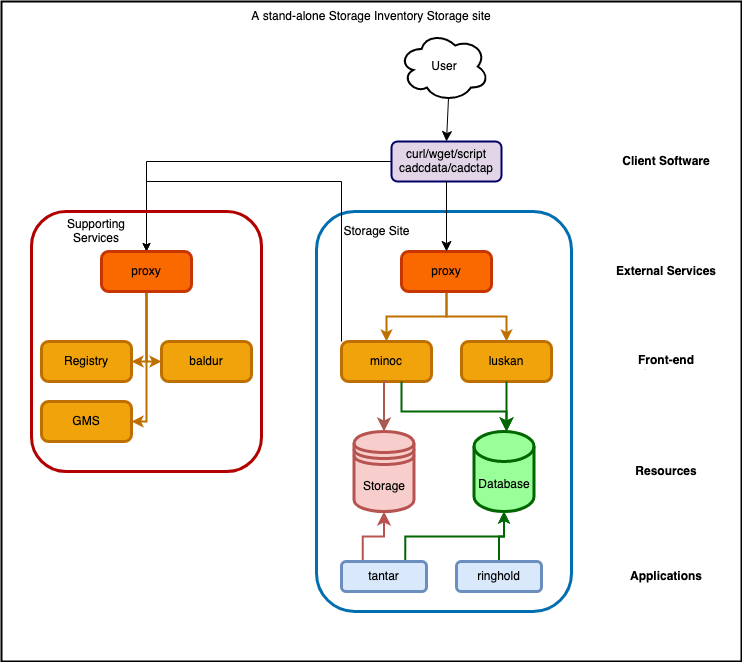
Earlier version of the draw.io export storage-inventory/ops/SingleSiteWithExternal.drawio.png (opencadc/opencadc.github.io). Source tidied: cells renumbered, new cells last; positions are measured from the earlier drawing's top-left corner, leaving out a move shared by most shapes.
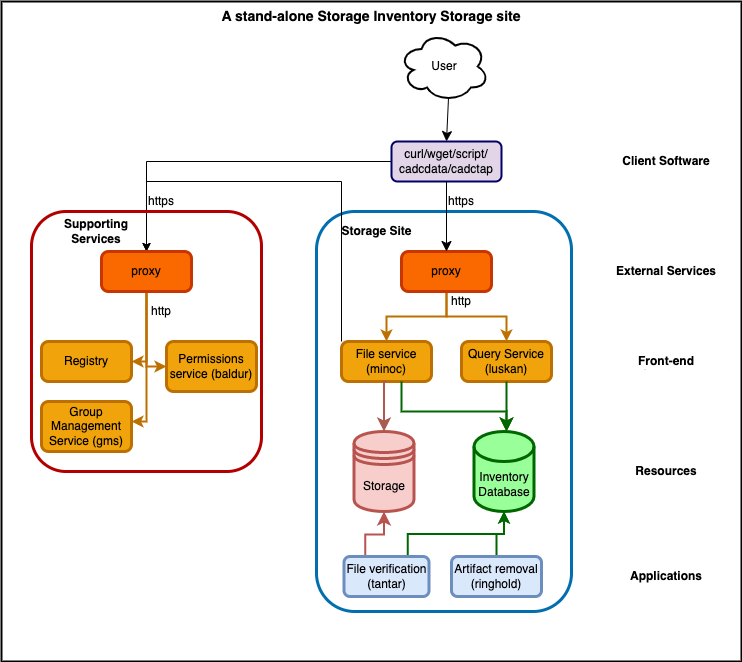
Above is the later version.

The edit, as a diff of the source:
```diff
@@ -16,7 +16,7 @@
         </Array>
       </mxGeometry>
     </mxCell>
-    <mxCell id="5" value="minoc" style="rounded=1;whiteSpace=wrap;html=1;absoluteArcSize=1;arcSize=14;strokeWidth=3;fillColor=#f0a30a;fontColor=#000000;strokeColor=#BD7000;" parent="1" vertex="1">
+    <mxCell id="5" value="File service&lt;br&gt;(minoc)" style="rounded=1;whiteSpace=wrap;html=1;absoluteArcSize=1;arcSize=14;strokeWidth=3;fillColor=#f0a30a;fontColor=#000000;strokeColor=#BD7000;" parent="1" vertex="1">
       <mxGeometry x="340" y="340" width="90" height="40" as="geometry" />
     </mxCell>
     <mxCell id="6" style="edgeStyle=orthogonalEdgeStyle;rounded=0;jettySize=auto;html=1;exitX=0.5;exitY=1;exitDx=0;exitDy=0;entryX=0.5;entryY=0;entryDx=0;entryDy=0;strokeColor=#BD7000;fillColor=#f0a30a;strokeWidth=2;" parent="1" edge="1" source="8" target="5">
@@ -28,7 +28,7 @@
     <mxCell id="8" value="proxy" style="rounded=1;whiteSpace=wrap;html=1;absoluteArcSize=1;arcSize=14;strokeWidth=3;fillColor=#fa6800;strokeColor=#C73500;fontColor=#000000;" parent="1" vertex="1">
       <mxGeometry x="400" y="250" width="90" height="40" as="geometry" />
     </mxCell>
-    <mxCell id="9" value="luskan" style="rounded=1;whiteSpace=wrap;html=1;absoluteArcSize=1;arcSize=14;strokeWidth=3;fillColor=#f0a30a;strokeColor=#BD7000;fontColor=#000000;glass=0;shadow=0;sketch=0;" parent="1" vertex="1">
+    <mxCell id="9" value="Query Service&lt;br&gt;(luskan)" style="rounded=1;whiteSpace=wrap;html=1;absoluteArcSize=1;arcSize=14;strokeWidth=3;fillColor=#f0a30a;strokeColor=#BD7000;fontColor=#000000;glass=0;shadow=0;sketch=0;" parent="1" vertex="1">
       <mxGeometry x="460" y="340" width="90" height="40" as="geometry" />
     </mxCell>
     <mxCell id="10" style="edgeStyle=segmentEdgeStyle;endArrow=classic;html=1;curved=0;rounded=0;endSize=8;startSize=8;exitX=0.5;exitY=1;exitDx=0;exitDy=0;entryX=0.5;entryY=0;entryDx=0;entryDy=0;entryPerimeter=0;strokeColor=#006600;strokeWidth=2;" parent="1" edge="1" source="9">
@@ -51,7 +51,7 @@
     <mxCell id="13" style="edgeStyle=orthogonalEdgeStyle;rounded=0;jettySize=auto;html=1;exitX=0;exitY=0.5;exitDx=0;exitDy=0;entryX=0.5;entryY=0;entryDx=0;entryDy=0;" parent="1" edge="1" source="14" target="30">
       <mxGeometry relative="1" as="geometry" />
     </mxCell>
-    <mxCell id="14" value="&lt;div&gt;curl/wget/script&lt;/div&gt;cadcdata/cadctap" style="html=1;whiteSpace=wrap;strokeColor=#000066;fillColor=#E1D5E7;strokeWidth=2;rounded=1;" parent="1" vertex="1">
+    <mxCell id="14" value="&lt;div&gt;curl/wget/script/&lt;/div&gt;cadcdata/cadctap" style="html=1;whiteSpace=wrap;strokeColor=#000066;fillColor=#E1D5E7;strokeWidth=2;rounded=1;" parent="1" vertex="1">
       <mxGeometry x="390" y="140" width="110" height="40" as="geometry" />
     </mxCell>
     <mxCell id="15" style="edgeStyle=elbowEdgeStyle;elbow=vertical;endArrow=classic;html=1;curved=0;rounded=0;endSize=8;startSize=8;strokeColor=#000000;entryX=0.5;entryY=0;entryDx=0;entryDy=0;" parent="14" edge="1" target="8">
@@ -90,7 +90,7 @@
         <mxGeometry x="610" y="565" width="110" height="20" as="geometry" />
       </mxCell>
     </object>
-    <object id="22" label="Storage Site" name="Variable" placeholders="1">
+    <object id="22" label="&lt;b&gt;Storage Site&lt;/b&gt;" name="Variable" placeholders="1">
       <mxCell style="text;html=1;strokeColor=none;fillColor=none;align=center;verticalAlign=middle;whiteSpace=wrap;overflow=hidden;" parent="1" vertex="1">
         <mxGeometry x="333" y="220" width="85" height="20" as="geometry" />
       </mxCell>
@@ -103,7 +103,7 @@
         <mxPoint x="385" y="510" as="targetPoint" />
       </mxGeometry>
     </mxCell>
-    <mxCell id="25" value="A stand-alone Storage Inventory Storage site" style="text;html=1;strokeColor=none;fillColor=none;align=center;verticalAlign=middle;whiteSpace=wrap;rounded=0;" parent="1" vertex="1">
+    <mxCell id="25" value="&lt;font style=&quot;font-size: 14px;&quot;&gt;&lt;b&gt;A stand-alone Storage Inventory Storage site&lt;/b&gt;&lt;/font&gt;" style="text;html=1;strokeColor=none;fillColor=none;align=center;verticalAlign=middle;whiteSpace=wrap;rounded=0;" parent="1" vertex="1">
       <mxGeometry x="165" width="410" height="30" as="geometry" />
     </mxCell>
     <mxCell id="26" style="rounded=1;whiteSpace=wrap;html=1;shadow=0;glass=0;sketch=0;strokeColor=#B20000;strokeWidth=3;fillColor=none;fontColor=#ffffff;" parent="1" vertex="1">
@@ -116,33 +116,29 @@
         </Array>
       </mxGeometry>
     </mxCell>
+    <mxCell id="29" style="edgeStyle=orthogonalEdgeStyle;rounded=0;jettySize=auto;html=1;exitX=0.5;exitY=1;exitDx=0;exitDy=0;entryX=1;entryY=0.5;entryDx=0;entryDy=0;fillColor=#f0a30a;strokeColor=#BD7000;strokeWidth=2;" parent="1" edge="1" source="30" target="41">
+      <mxGeometry relative="1" as="geometry">
+        <Array as="points">
+          <mxPoint x="145" y="420" />
+        </Array>
+      </mxGeometry>
+    </mxCell>
-    <mxCell id="28" style="edgeStyle=orthogonalEdgeStyle;rounded=0;jettySize=auto;html=1;exitX=0.5;exitY=1;exitDx=0;exitDy=0;entryX=0;entryY=0.5;entryDx=0;entryDy=0;fillColor=#f0a30a;strokeColor=#BD7000;strokeWidth=2;" parent="1" edge="1" source="30" target="32">
-      <mxGeometry relative="1" as="geometry">
-        <Array as="points">
-          <mxPoint x="145" y="360" />
-        </Array>
-      </mxGeometry>
+    <mxCell id="28" style="edgeStyle=orthogonalEdgeStyle;rounded=0;jettySize=auto;html=1;exitX=0.5;exitY=1;exitDx=0;exitDy=0;entryX=0;entryY=0.5;entryDx=0;entryDy=0;strokeWidth=2;fillColor=#a0522d;strokeColor=#bd7000;" parent="1" edge="1" source="30" target="32">
+      <mxGeometry relative="1" as="geometry" />
     </mxCell>
-    <mxCell id="29" style="edgeStyle=orthogonalEdgeStyle;rounded=0;jettySize=auto;html=1;exitX=0.5;exitY=1;exitDx=0;exitDy=0;entryX=1;entryY=0.5;entryDx=0;entryDy=0;fillColor=#f0a30a;strokeColor=#BD7000;strokeWidth=2;" parent="1" edge="1" source="30" target="41">
-      <mxGeometry relative="1" as="geometry">
-        <Array as="points">
-          <mxPoint x="145" y="420" />
-        </Array>
-      </mxGeometry>
-    </mxCell>
     <mxCell id="30" value="proxy" style="rounded=1;whiteSpace=wrap;html=1;absoluteArcSize=1;arcSize=14;strokeWidth=3;fillColor=#fa6800;strokeColor=#C73500;fontColor=#000000;" parent="1" vertex="1">
       <mxGeometry x="100" y="250" width="90" height="40" as="geometry" />
     </mxCell>
     <mxCell id="31" value="Registry" style="rounded=1;whiteSpace=wrap;html=1;absoluteArcSize=1;arcSize=14;strokeWidth=3;fillColor=#f0a30a;fontColor=#000000;strokeColor=#BD7000;" parent="1" vertex="1">
       <mxGeometry x="40" y="340" width="90" height="40" as="geometry" />
     </mxCell>
-    <mxCell id="32" value="baldur" style="rounded=1;whiteSpace=wrap;html=1;absoluteArcSize=1;arcSize=14;strokeWidth=3;fillColor=#f0a30a;fontColor=#000000;strokeColor=#BD7000;" parent="1" vertex="1">
-      <mxGeometry x="160" y="340" width="90" height="40" as="geometry" />
+    <mxCell id="32" value="Permissions service (baldur)" style="rounded=1;whiteSpace=wrap;html=1;absoluteArcSize=1;arcSize=14;strokeWidth=3;fillColor=#f0a30a;fontColor=#000000;strokeColor=#BD7000;" parent="1" vertex="1">
+      <mxGeometry x="165" y="340" width="90" height="50" as="geometry" />
     </mxCell>
-    <mxCell id="33" value="&lt;div&gt;Supporting Services&lt;/div&gt;" style="text;html=1;strokeColor=none;fillColor=none;align=center;verticalAlign=middle;whiteSpace=wrap;rounded=0;" parent="1" vertex="1">
+    <mxCell id="33" value="&lt;div&gt;&lt;b&gt;Supporting Services&lt;/b&gt;&lt;/div&gt;" style="text;html=1;strokeColor=none;fillColor=none;align=center;verticalAlign=middle;whiteSpace=wrap;rounded=0;" parent="1" vertex="1">
       <mxGeometry x="45" y="215" width="100" height="30" as="geometry" />
     </mxCell>
-    <mxCell id="34" value="Database" style="shape=cylinder3;whiteSpace=wrap;html=1;boundedLbl=1;backgroundOutline=1;size=15;strokeColor=#006600;fillColor=#99FF99;strokeWidth=3;" parent="1" vertex="1">
+    <mxCell id="34" value="Inventory&lt;br&gt;Database" style="shape=cylinder3;whiteSpace=wrap;html=1;boundedLbl=1;backgroundOutline=1;size=15;strokeColor=#006600;fillColor=#99FF99;strokeWidth=3;" parent="1" vertex="1">
       <mxGeometry x="472.5" y="430" width="60" height="80" as="geometry" />
     </mxCell>
     <mxCell id="35" value="Storage" style="shape=datastore;whiteSpace=wrap;html=1;strokeColor=#b85450;fillColor=#f8cecc;strokeWidth=3;" parent="1" vertex="1">
@@ -154,17 +150,29 @@
     <mxCell id="37" style="edgeStyle=orthogonalEdgeStyle;rounded=0;jettySize=auto;html=1;exitX=0.75;exitY=0;exitDx=0;exitDy=0;entryX=0.5;entryY=1;entryDx=0;entryDy=0;entryPerimeter=0;fillColor=#d5e8d4;strokeColor=#006600;strokeWidth=2;" parent="1" edge="1" source="38" target="34">
       <mxGeometry relative="1" as="geometry" />
     </mxCell>
-    <mxCell id="38" value="tantar" style="rounded=1;whiteSpace=wrap;html=1;strokeWidth=3;fillColor=#dae8fc;strokeColor=#6c8ebf;" parent="1" vertex="1">
-      <mxGeometry x="340" y="560" width="85" height="30" as="geometry" />
+    <mxCell id="38" value="File verification&lt;br&gt;(tantar)" style="rounded=1;whiteSpace=wrap;html=1;strokeWidth=3;fillColor=#dae8fc;strokeColor=#6c8ebf;" parent="1" vertex="1">
+      <mxGeometry x="342.5" y="555" width="85" height="40" as="geometry" />
     </mxCell>
     <mxCell id="39" style="edgeStyle=orthogonalEdgeStyle;rounded=0;jettySize=auto;html=1;exitX=0.5;exitY=0;exitDx=0;exitDy=0;entryX=0.5;entryY=1;entryDx=0;entryDy=0;entryPerimeter=0;strokeWidth=2;strokeColor=#006600;" parent="1" edge="1" source="40" target="34">
       <mxGeometry relative="1" as="geometry" />
     </mxCell>
-    <mxCell id="40" value="ringhold" style="rounded=1;whiteSpace=wrap;html=1;strokeWidth=3;fillColor=#dae8fc;strokeColor=#6c8ebf;" parent="1" vertex="1">
-      <mxGeometry x="455" y="560" width="85" height="30" as="geometry" />
+    <mxCell id="40" value="Artifact removal (ringhold)" style="rounded=1;whiteSpace=wrap;html=1;strokeWidth=3;fillColor=#dae8fc;strokeColor=#6c8ebf;" parent="1" vertex="1">
+      <mxGeometry x="450" y="555" width="90" height="40" as="geometry" />
     </mxCell>
-    <mxCell id="41" value="GMS" style="rounded=1;whiteSpace=wrap;html=1;absoluteArcSize=1;arcSize=14;strokeWidth=3;fillColor=#f0a30a;fontColor=#000000;strokeColor=#BD7000;" parent="1" vertex="1">
-      <mxGeometry x="40" y="400" width="90" height="40" as="geometry" />
+    <mxCell id="41" value="Group Management Service (gms)" style="rounded=1;whiteSpace=wrap;html=1;absoluteArcSize=1;arcSize=14;strokeWidth=3;fillColor=#f0a30a;fontColor=#000000;strokeColor=#BD7000;" parent="1" vertex="1">
+      <mxGeometry x="40" y="400" width="90" height="50" as="geometry" />
     </mxCell>
+    <mxCell id="42" value="https" style="text;html=1;strokeColor=none;fillColor=none;align=center;verticalAlign=middle;whiteSpace=wrap;rounded=0;" parent="1" vertex="1">
+      <mxGeometry x="430" y="190" width="60" height="20" as="geometry" />
+    </mxCell>
+    <mxCell id="43" value="https" style="text;html=1;strokeColor=none;fillColor=none;align=center;verticalAlign=middle;whiteSpace=wrap;rounded=0;" parent="1" vertex="1">
+      <mxGeometry x="130" y="190" width="60" height="20" as="geometry" />
+    </mxCell>
+    <mxCell id="44" value="http" style="text;html=1;strokeColor=none;fillColor=none;align=center;verticalAlign=middle;whiteSpace=wrap;rounded=0;" parent="1" vertex="1">
+      <mxGeometry x="430" y="290" width="60" height="20" as="geometry" />
+    </mxCell>
+    <mxCell id="45" value="http" style="text;html=1;strokeColor=none;fillColor=none;align=center;verticalAlign=middle;whiteSpace=wrap;rounded=0;" parent="1" vertex="1">
+      <mxGeometry x="130" y="300" width="60" height="20" as="geometry" />
+    </mxCell>
   </root>
 </mxGraphModel>
```
